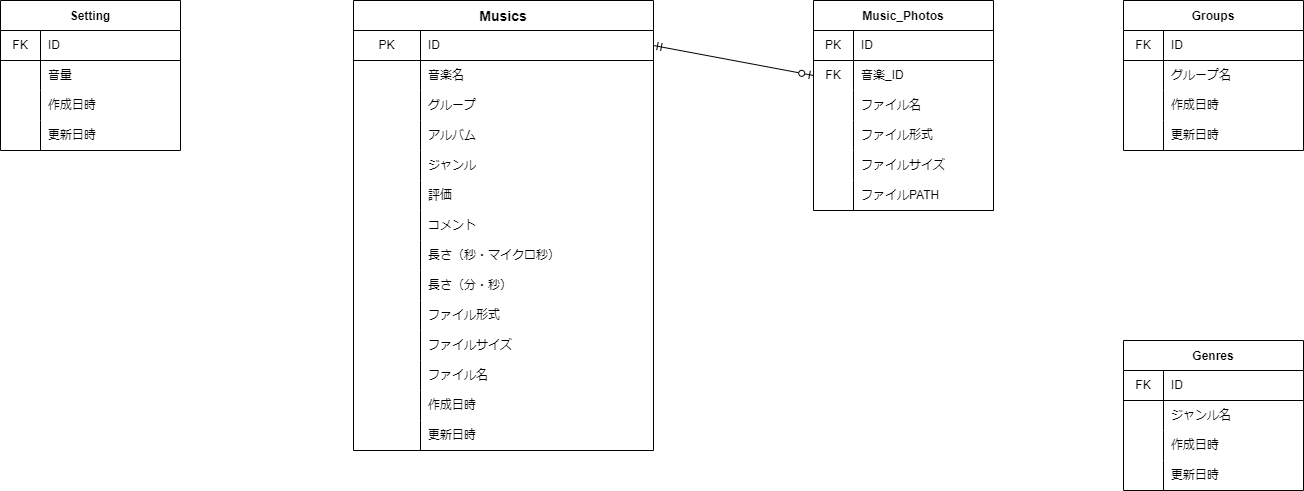
Above: er.drawio.png in monomonosu/SoundHornet-React (draw.io), before the change. Source tidied: cells renumbered, new cells last; positions are measured from the earlier drawing's top-left corner, leaving out a move shared by most shapes.
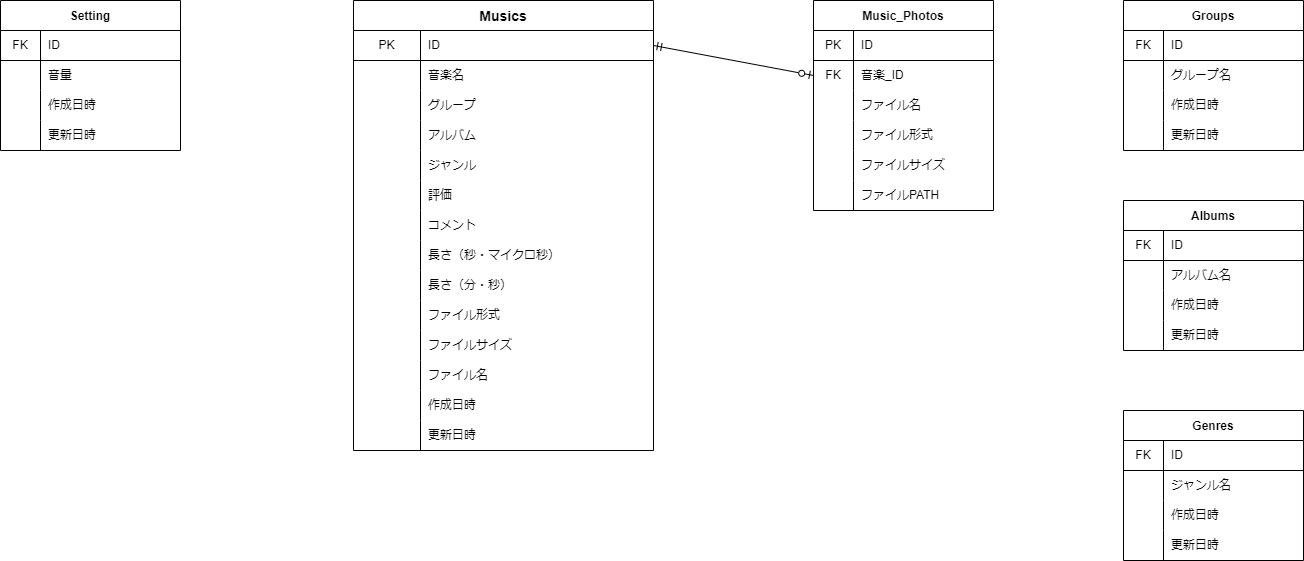
The same file after the commit.

The edit, as a diff of the source:
```diff
@@ -171,7 +171,7 @@
       <mxGeometry x="40" width="140" height="30" as="geometry" />
     </mxCell>
     <mxCell id="58" value="Genres" style="shape=table;startSize=30;rowLines=0;fontStyle=1;align=center;" parent="1" vertex="1">
-      <mxGeometry x="1123" y="340" width="180" height="150" as="geometry" />
+      <mxGeometry x="1123" y="410" width="180" height="150" as="geometry" />
     </mxCell>
     <mxCell id="59" style="shape=partialRectangle;html=1;whiteSpace=wrap;fillColor=none;top=0;left=0;bottom=1;right=0;" parent="58" vertex="1">
       <mxGeometry y="30" width="180" height="30" as="geometry" />
@@ -308,5 +308,44 @@
     <mxCell id="103" value="更新日時" style="shape=partialRectangle;html=1;whiteSpace=wrap;fillColor=none;top=0;left=0;bottom=0;right=0;align=left;spacingLeft=6;overflow=hidden;" parent="101" vertex="1">
       <mxGeometry x="40" width="140" height="30" as="geometry" />
     </mxCell>
+    <mxCell id="104" value="Albums" style="shape=table;startSize=30;rowLines=0;fontStyle=1;align=center;" parent="1" vertex="1">
+      <mxGeometry x="1123" y="200" width="180" height="150" as="geometry" />
+    </mxCell>
+    <mxCell id="105" style="shape=partialRectangle;html=1;whiteSpace=wrap;fillColor=none;top=0;left=0;bottom=1;right=0;" parent="104" vertex="1">
+      <mxGeometry y="30" width="180" height="30" as="geometry" />
+    </mxCell>
+    <mxCell id="106" value="FK" style="shape=partialRectangle;html=1;whiteSpace=wrap;fillColor=none;top=0;left=0;bottom=0;right=0;overflow=hidden;" parent="105" vertex="1">
+      <mxGeometry width="40" height="30" as="geometry" />
+    </mxCell>
+    <mxCell id="107" value="ID" style="shape=partialRectangle;html=1;whiteSpace=wrap;fillColor=none;top=0;left=0;bottom=0;right=0;align=left;spacingLeft=6;overflow=hidden;" parent="105" vertex="1">
+      <mxGeometry x="40" width="140" height="30" as="geometry" />
+    </mxCell>
+    <mxCell id="108" style="shape=partialRectangle;html=1;whiteSpace=wrap;fillColor=none;top=0;left=0;bottom=0;right=0;" parent="104" vertex="1">
+      <mxGeometry y="60" width="180" height="30" as="geometry" />
+    </mxCell>
+    <mxCell id="109" style="shape=partialRectangle;html=1;whiteSpace=wrap;fillColor=none;top=0;left=0;bottom=0;right=0;overflow=hidden;" parent="108" vertex="1">
+      <mxGeometry width="40" height="30" as="geometry" />
+    </mxCell>
+    <mxCell id="110" value="アルバム名" style="shape=partialRectangle;html=1;whiteSpace=wrap;fillColor=none;top=0;left=0;bottom=0;right=0;align=left;spacingLeft=6;overflow=hidden;" parent="108" vertex="1">
+      <mxGeometry x="40" width="140" height="30" as="geometry" />
+    </mxCell>
+    <mxCell id="111" style="shape=partialRectangle;html=1;whiteSpace=wrap;fillColor=none;top=0;left=0;bottom=0;right=0;" parent="104" vertex="1">
+      <mxGeometry y="90" width="180" height="30" as="geometry" />
+    </mxCell>
+    <mxCell id="112" style="shape=partialRectangle;html=1;whiteSpace=wrap;fillColor=none;top=0;left=0;bottom=0;right=0;overflow=hidden;" parent="111" vertex="1">
+      <mxGeometry width="40" height="30" as="geometry" />
+    </mxCell>
+    <mxCell id="113" value="作成日時" style="shape=partialRectangle;html=1;whiteSpace=wrap;fillColor=none;top=0;left=0;bottom=0;right=0;align=left;spacingLeft=6;overflow=hidden;" parent="111" vertex="1">
+      <mxGeometry x="40" width="140" height="30" as="geometry" />
+    </mxCell>
+    <mxCell id="114" style="shape=partialRectangle;html=1;whiteSpace=wrap;fillColor=none;top=0;left=0;bottom=0;right=0;" parent="104" vertex="1">
+      <mxGeometry y="120" width="180" height="30" as="geometry" />
+    </mxCell>
+    <mxCell id="115" style="shape=partialRectangle;html=1;whiteSpace=wrap;fillColor=none;top=0;left=0;bottom=0;right=0;overflow=hidden;" parent="114" vertex="1">
+      <mxGeometry width="40" height="30" as="geometry" />
+    </mxCell>
+    <mxCell id="116" value="更新日時" style="shape=partialRectangle;html=1;whiteSpace=wrap;fillColor=none;top=0;left=0;bottom=0;right=0;align=left;spacingLeft=6;overflow=hidden;" parent="114" vertex="1">
+      <mxGeometry x="40" width="140" height="30" as="geometry" />
+    </mxCell>
   </root>
 </mxGraphModel>
```
